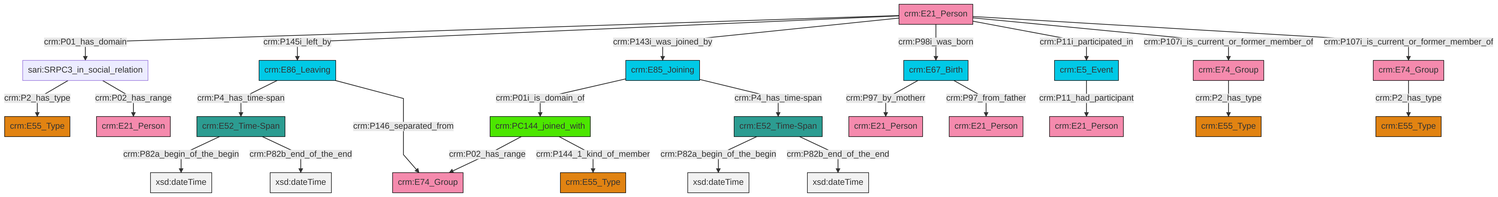
Earlier version of the Mermaid export et/personCSV/ttl/mmd/png/Person_Actor_Relations.png (swiss-art-research-net/reference-data-models). Its source is kept beside it as et/personCSV/ttl/mmd/Person_Actor_Relations.ttl.mmd. Source of this version:
```mermaid
graph TD
classDef Literal fill:#f2f2f2,stroke:#000000;
classDef CRM_Entity fill:#FFFFFF,stroke:#000000;
classDef Temporal_Entity fill:#00C9E6, stroke:#000000;
classDef Type fill:#E18312, stroke:#000000;
classDef Time-Span fill:#2C9C91, stroke:#000000;
classDef Appellation fill:#FFEB7F, stroke:#000000;
classDef Place fill:#008836, stroke:#000000;
classDef Persistent_Item fill:#B266B2, stroke:#000000;
classDef Conceptual_Object fill:#FFD700, stroke:#000000;
classDef Physical_Thing fill:#D2B48C, stroke:#000000;
classDef Actor fill:#f58aad, stroke:#000000;
classDef PC_Classes fill:#4ce600, stroke:#000000;
classDef Multi fill:#cccccc,stroke:#000000;

0["crm:PC144_joined_with"]:::PC_Classes -->|crm:P02_has_range| 1["crm:E74_Group"]:::Actor
6["crm:E86_Leaving"]:::Temporal_Entity -->|crm:P4_has_time-span| 7["crm:E52_Time-Span"]:::Time-Span
6["crm:E86_Leaving"]:::Temporal_Entity -->|crm:P146_separated_from| 1["crm:E74_Group"]:::Actor
10["crm:E67_Birth"]:::Temporal_Entity -->|crm:P97_by_motherr| 11["crm:E21_Person"]:::Actor
12["crm:E21_Person"]:::Actor -->|crm:P01_has_domain| 13["sari:SRPC3_in_social_relation"]:::Default
14["crm:E74_Group"]:::Actor -->|crm:P2_has_type| 15["crm:E55_Type"]:::Type
7["crm:E52_Time-Span"]:::Time-Span -->|crm:P82a_begin_of_the_begin| 16[xsd:dateTime]:::Literal
10["crm:E67_Birth"]:::Temporal_Entity -->|crm:P97_from_father| 18["crm:E21_Person"]:::Actor
22["crm:E85_Joining"]:::Temporal_Entity -->|crm:P01i_is_domain_of| 0["crm:PC144_joined_with"]:::PC_Classes
7["crm:E52_Time-Span"]:::Time-Span -->|crm:P82b_end_of_the_end| 26[xsd:dateTime]:::Literal
13["sari:SRPC3_in_social_relation"]:::Default -->|crm:P2_has_type| 29["crm:E55_Type"]:::Type
27["crm:E52_Time-Span"]:::Time-Span -->|crm:P82a_begin_of_the_begin| 31[xsd:dateTime]:::Literal
12["crm:E21_Person"]:::Actor -->|crm:P145i_left_by| 6["crm:E86_Leaving"]:::Temporal_Entity
12["crm:E21_Person"]:::Actor -->|crm:P143i_was_joined_by| 22["crm:E85_Joining"]:::Temporal_Entity
27["crm:E52_Time-Span"]:::Time-Span -->|crm:P82b_end_of_the_end| 37[xsd:dateTime]:::Literal
12["crm:E21_Person"]:::Actor -->|crm:P98i_was_born| 10["crm:E67_Birth"]:::Temporal_Entity
0["crm:PC144_joined_with"]:::PC_Classes -->|crm:P144_1_kind_of_member| 40["crm:E55_Type"]:::Type
12["crm:E21_Person"]:::Actor -->|crm:P11i_participated_in| 19["crm:E5_Event"]:::Temporal_Entity
22["crm:E85_Joining"]:::Temporal_Entity -->|crm:P4_has_time-span| 27["crm:E52_Time-Span"]:::Time-Span
8["crm:E74_Group"]:::Actor -->|crm:P2_has_type| 2["crm:E55_Type"]:::Type
19["crm:E5_Event"]:::Temporal_Entity -->|crm:P11_had_participant| 24["crm:E21_Person"]:::Actor
12["crm:E21_Person"]:::Actor -->|crm:P107i_is_current_or_former_member_of| 14["crm:E74_Group"]:::Actor
13["sari:SRPC3_in_social_relation"]:::Default -->|crm:P02_has_range| 4["crm:E21_Person"]:::Actor
12["crm:E21_Person"]:::Actor -->|crm:P107i_is_current_or_former_member_of| 8["crm:E74_Group"]:::Actor
```
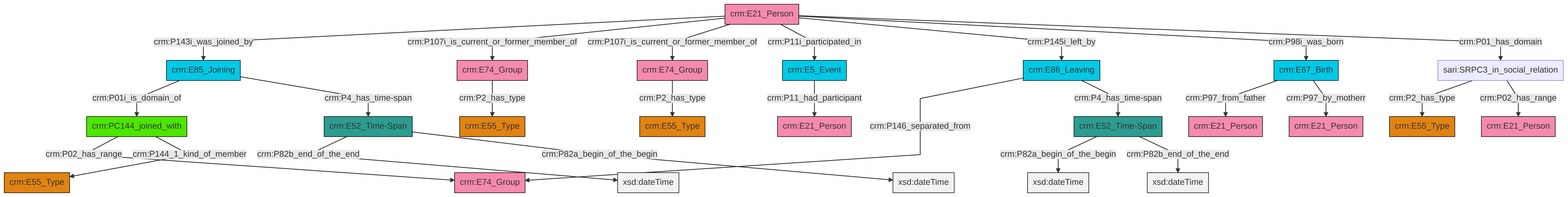
Above is the later version.

Change to the diagram source:
```diff
@@ -13,27 +13,27 @@
 classDef PC_Classes fill:#4ce600, stroke:#000000;
 classDef Multi fill:#cccccc,stroke:#000000;
 
-0["crm:PC144_joined_with"]:::PC_Classes -->|crm:P02_has_range| 1["crm:E74_Group"]:::Actor
-6["crm:E86_Leaving"]:::Temporal_Entity -->|crm:P4_has_time-span| 7["crm:E52_Time-Span"]:::Time-Span
-6["crm:E86_Leaving"]:::Temporal_Entity -->|crm:P146_separated_from| 1["crm:E74_Group"]:::Actor
-10["crm:E67_Birth"]:::Temporal_Entity -->|crm:P97_by_motherr| 11["crm:E21_Person"]:::Actor
-12["crm:E21_Person"]:::Actor -->|crm:P01_has_domain| 13["sari:SRPC3_in_social_relation"]:::Default
-14["crm:E74_Group"]:::Actor -->|crm:P2_has_type| 15["crm:E55_Type"]:::Type
-7["crm:E52_Time-Span"]:::Time-Span -->|crm:P82a_begin_of_the_begin| 16[xsd:dateTime]:::Literal
-10["crm:E67_Birth"]:::Temporal_Entity -->|crm:P97_from_father| 18["crm:E21_Person"]:::Actor
-22["crm:E85_Joining"]:::Temporal_Entity -->|crm:P01i_is_domain_of| 0["crm:PC144_joined_with"]:::PC_Classes
-7["crm:E52_Time-Span"]:::Time-Span -->|crm:P82b_end_of_the_end| 26[xsd:dateTime]:::Literal
-13["sari:SRPC3_in_social_relation"]:::Default -->|crm:P2_has_type| 29["crm:E55_Type"]:::Type
-27["crm:E52_Time-Span"]:::Time-Span -->|crm:P82a_begin_of_the_begin| 31[xsd:dateTime]:::Literal
-12["crm:E21_Person"]:::Actor -->|crm:P145i_left_by| 6["crm:E86_Leaving"]:::Temporal_Entity
-12["crm:E21_Person"]:::Actor -->|crm:P143i_was_joined_by| 22["crm:E85_Joining"]:::Temporal_Entity
-27["crm:E52_Time-Span"]:::Time-Span -->|crm:P82b_end_of_the_end| 37[xsd:dateTime]:::Literal
-12["crm:E21_Person"]:::Actor -->|crm:P98i_was_born| 10["crm:E67_Birth"]:::Temporal_Entity
-0["crm:PC144_joined_with"]:::PC_Classes -->|crm:P144_1_kind_of_member| 40["crm:E55_Type"]:::Type
-12["crm:E21_Person"]:::Actor -->|crm:P11i_participated_in| 19["crm:E5_Event"]:::Temporal_Entity
-22["crm:E85_Joining"]:::Temporal_Entity -->|crm:P4_has_time-span| 27["crm:E52_Time-Span"]:::Time-Span
-8["crm:E74_Group"]:::Actor -->|crm:P2_has_type| 2["crm:E55_Type"]:::Type
-19["crm:E5_Event"]:::Temporal_Entity -->|crm:P11_had_participant| 24["crm:E21_Person"]:::Actor
-12["crm:E21_Person"]:::Actor -->|crm:P107i_is_current_or_former_member_of| 14["crm:E74_Group"]:::Actor
-13["sari:SRPC3_in_social_relation"]:::Default -->|crm:P02_has_range| 4["crm:E21_Person"]:::Actor
-12["crm:E21_Person"]:::Actor -->|crm:P107i_is_current_or_former_member_of| 8["crm:E74_Group"]:::Actor
+0["crm:E74_Group"]:::Actor -->|crm:P2_has_type| 1["crm:E55_Type"]:::Type
+4["crm:E21_Person"]:::Actor -->|crm:P143i_was_joined_by| 5["crm:E85_Joining"]:::Temporal_Entity
+4["crm:E21_Person"]:::Actor -->|crm:P107i_is_current_or_former_member_of| 6["crm:E74_Group"]:::Actor
+4["crm:E21_Person"]:::Actor -->|crm:P107i_is_current_or_former_member_of| 0["crm:E74_Group"]:::Actor
+15["crm:PC144_joined_with"]:::PC_Classes -->|crm:P02_has_range| 10["crm:E74_Group"]:::Actor
+2["crm:E52_Time-Span"]:::Time-Span -->|crm:P82b_end_of_the_end| 18[xsd:dateTime]:::Literal
+4["crm:E21_Person"]:::Actor -->|crm:P11i_participated_in| 22["crm:E5_Event"]:::Temporal_Entity
+20["crm:E67_Birth"]:::Temporal_Entity -->|crm:P97_from_father| 23["crm:E21_Person"]:::Actor
+22["crm:E5_Event"]:::Temporal_Entity -->|crm:P11_had_participant| 24["crm:E21_Person"]:::Actor
+4["crm:E21_Person"]:::Actor -->|crm:P145i_left_by| 27["crm:E86_Leaving"]:::Temporal_Entity
+8["crm:E52_Time-Span"]:::Time-Span -->|crm:P82a_begin_of_the_begin| 28[xsd:dateTime]:::Literal
+4["crm:E21_Person"]:::Actor -->|crm:P98i_was_born| 20["crm:E67_Birth"]:::Temporal_Entity
+27["crm:E86_Leaving"]:::Temporal_Entity -->|crm:P146_separated_from| 10["crm:E74_Group"]:::Actor
+36["sari:SRPC3_in_social_relation"]:::Default -->|crm:P2_has_type| 31["crm:E55_Type"]:::Type
+27["crm:E86_Leaving"]:::Temporal_Entity -->|crm:P4_has_time-span| 8["crm:E52_Time-Span"]:::Time-Span
+4["crm:E21_Person"]:::Actor -->|crm:P01_has_domain| 36["sari:SRPC3_in_social_relation"]:::Default
+6["crm:E74_Group"]:::Actor -->|crm:P2_has_type| 34["crm:E55_Type"]:::Type
+2["crm:E52_Time-Span"]:::Time-Span -->|crm:P82a_begin_of_the_begin| 39[xsd:dateTime]:::Literal
+8["crm:E52_Time-Span"]:::Time-Span -->|crm:P82b_end_of_the_end| 41[xsd:dateTime]:::Literal
+5["crm:E85_Joining"]:::Temporal_Entity -->|crm:P01i_is_domain_of| 15["crm:PC144_joined_with"]:::PC_Classes
+36["sari:SRPC3_in_social_relation"]:::Default -->|crm:P02_has_range| 37["crm:E21_Person"]:::Actor
+20["crm:E67_Birth"]:::Temporal_Entity -->|crm:P97_by_motherr| 13["crm:E21_Person"]:::Actor
+15["crm:PC144_joined_with"]:::PC_Classes -->|crm:P144_1_kind_of_member| 16["crm:E55_Type"]:::Type
+5["crm:E85_Joining"]:::Temporal_Entity -->|crm:P4_has_time-span| 2["crm:E52_Time-Span"]:::Time-Span
```
